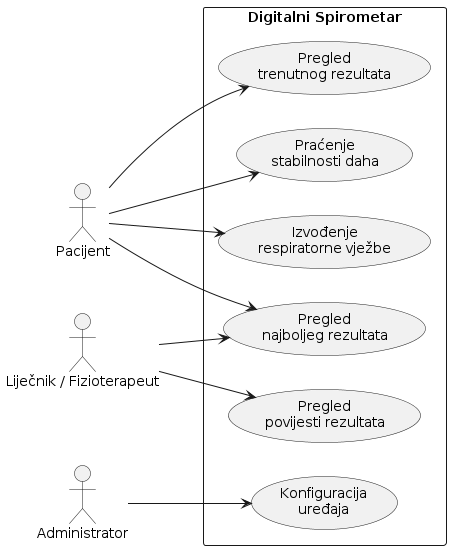
The PlantUML diagram img/uml3.png in GvidoMas/MotoMetar, before a commit. Its diagram source:
```plantuml
@startuml
left to right direction

actor Pacijent
actor "Liječnik / Fizioterapeut" as Doctor
actor Administrator

rectangle "Digitalni Spirometar" {

  usecase "Izvođenje\nrespiratorne vježbe" as UC1
  usecase "Praćenje\nstabilnosti daha" as UC2
  usecase "Pregled\ntrenutnog rezultata" as UC3
  usecase "Pregled\nnajboljeg rezultata" as UC4

  usecase "Pregled\npovijesti rezultata" as UC5

  usecase "Konfiguracija\nuređaja" as UC6

}

Pacijent --> UC1
Pacijent --> UC2
Pacijent --> UC3
Pacijent --> UC4

Doctor --> UC4
Doctor --> UC5

Administrator --> UC6
@enduml
```
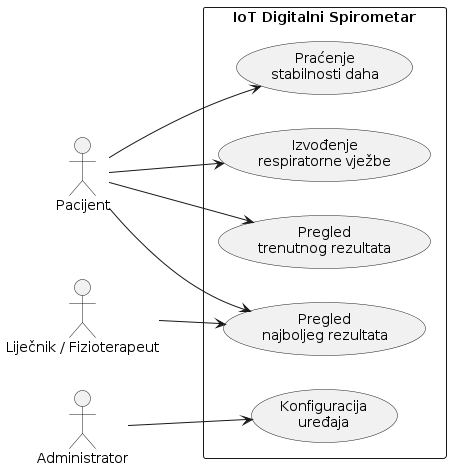
After the commit.

The edit, as a diff of the source:
```diff
@@ -5,14 +5,13 @@
 actor "Liječnik / Fizioterapeut" as Doctor
 actor Administrator
 
-rectangle "Digitalni Spirometar" {
+rectangle "IoT Digitalni Spirometar" {
 
   usecase "Izvođenje\nrespiratorne vježbe" as UC1
   usecase "Praćenje\nstabilnosti daha" as UC2
   usecase "Pregled\ntrenutnog rezultata" as UC3
   usecase "Pregled\nnajboljeg rezultata" as UC4
 
-  usecase "Pregled\npovijesti rezultata" as UC5
 
   usecase "Konfiguracija\nuređaja" as UC6
 
@@ -24,7 +23,6 @@
 Pacijent --> UC4
 
 Doctor --> UC4
-Doctor --> UC5
 
 Administrator --> UC6
 @enduml
```
